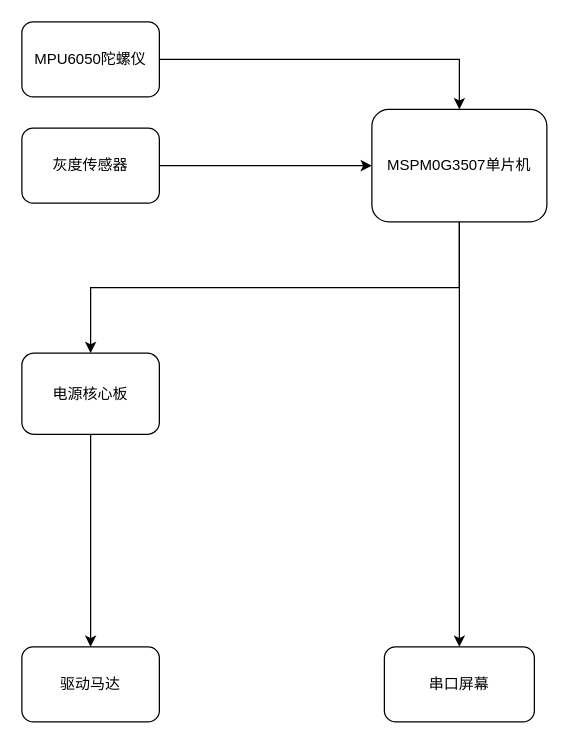
The draw.io diagram 未命名绘图.drawio in zjlwc/probable-dollop, before the edit. Source tidied: cells renumbered, new cells numbered last; positions are measured from the earlier drawing's top-left corner, leaving out a move shared by most shapes. Both pictures are drawn from the tidied source at 125%, with x=0, y=0 at pixel (21, 21).
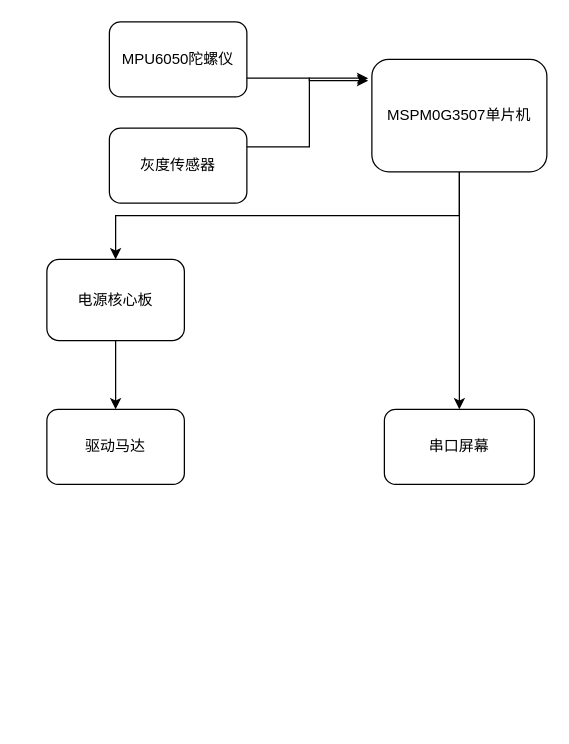
Above is the later version.

Commit message (it also covers changes not shown here):
更新未命名绘图.drawio

Diff of the diagram source:
```diff
@@
 <mxGraphModel>
   <root>
     <mxCell id="0" />
     <mxCell id="1" parent="0" />
     <mxCell id="2" style="edgeStyle=orthogonalEdgeStyle;rounded=0;jettySize=auto;html=1;exitX=0.5;exitY=1;exitDx=0;exitDy=0;entryX=0.5;entryY=0;entryDx=0;entryDy=0;" parent="1" edge="1" source="4" target="6">
       <mxGeometry relative="1" as="geometry" />
     </mxCell>
     <mxCell id="3" style="edgeStyle=orthogonalEdgeStyle;rounded=0;jettySize=auto;html=1;exitX=0.5;exitY=1;exitDx=0;exitDy=0;entryX=0.5;entryY=0;entryDx=0;entryDy=0;" parent="1" edge="1" source="4" target="10">
       <mxGeometry relative="1" as="geometry" />
     </mxCell>
     <mxCell id="4" value="MSPM0G3507单片机" style="rounded=1;whiteSpace=wrap;html=1;" parent="1" vertex="1">
-      <mxGeometry x="280" y="70" width="140" height="90" as="geometry" />
+      <mxGeometry x="280" y="30" width="140" height="90" as="geometry" />
     </mxCell>
     <mxCell id="5" style="edgeStyle=orthogonalEdgeStyle;rounded=0;jettySize=auto;html=1;exitX=0.5;exitY=1;exitDx=0;exitDy=0;entryX=0.5;entryY=0;entryDx=0;entryDy=0;" parent="1" edge="1" source="6" target="7">
       <mxGeometry relative="1" as="geometry" />
     </mxCell>
     <mxCell id="6" value="电源核心板" style="rounded=1;whiteSpace=wrap;html=1;" parent="1" vertex="1">
-      <mxGeometry y="265" width="110" height="65" as="geometry" />
+      <mxGeometry x="20" y="190" width="110" height="65" as="geometry" />
     </mxCell>
     <mxCell id="7" value="驱动马达" style="rounded=1;whiteSpace=wrap;html=1;" parent="1" vertex="1">
-      <mxGeometry y="500" width="110" height="60" as="geometry" />
+      <mxGeometry x="20" y="310" width="110" height="60" as="geometry" />
     </mxCell>
-    <mxCell id="8" style="edgeStyle=orthogonalEdgeStyle;rounded=0;jettySize=auto;html=1;exitX=1;exitY=0.5;exitDx=0;exitDy=0;entryX=0;entryY=0.5;entryDx=0;entryDy=0;" parent="1" edge="1" source="9" target="4">
-      <mxGeometry relative="1" as="geometry" />
-    </mxCell>
     <mxCell id="9" value="灰度传感器" style="rounded=1;whiteSpace=wrap;html=1;" parent="1" vertex="1">
-      <mxGeometry y="85" width="110" height="60" as="geometry" />
+      <mxGeometry x="70" y="85" width="110" height="60" as="geometry" />
     </mxCell>
     <mxCell id="10" value="串口屏幕" style="rounded=1;whiteSpace=wrap;html=1;" parent="1" vertex="1">
-      <mxGeometry x="290" y="500" width="120" height="60" as="geometry" />
+      <mxGeometry x="290" y="310" width="120" height="60" as="geometry" />
     </mxCell>
+    <mxCell id="12" value="MPU6050陀螺仪" style="rounded=1;whiteSpace=wrap;html=1;" parent="1" vertex="1">
+      <mxGeometry x="70" width="110" height="60" as="geometry" />
+    </mxCell>
-    <mxCell id="11" style="edgeStyle=orthogonalEdgeStyle;rounded=0;jettySize=auto;html=1;exitX=1;exitY=0.5;exitDx=0;exitDy=0;entryX=0.5;entryY=0;entryDx=0;entryDy=0;" parent="1" edge="1" source="12" target="4">
+    <mxCell id="11" style="edgeStyle=orthogonalEdgeStyle;rounded=0;jettySize=auto;html=1;exitX=1;exitY=0.75;exitDx=0;exitDy=0;entryX=-0.021;entryY=0.189;entryDx=0;entryDy=0;entryPerimeter=0;" parent="1" edge="1" source="12" target="4">
       <mxGeometry relative="1" as="geometry" />
     </mxCell>
-    <mxCell id="12" value="MPU6050陀螺仪" style="rounded=1;whiteSpace=wrap;html=1;" parent="1" vertex="1">
-      <mxGeometry width="110" height="60" as="geometry" />
-    </mxCell>
+    <mxCell id="8" style="edgeStyle=orthogonalEdgeStyle;rounded=0;jettySize=auto;html=1;exitX=1;exitY=0.25;exitDx=0;exitDy=0;entryX=-0.021;entryY=0.167;entryDx=0;entryDy=0;entryPerimeter=0;" parent="1" edge="1" source="9" target="4">
+      <mxGeometry relative="1" as="geometry" />
+    </mxCell>
   </root>
 </mxGraphModel>
```
